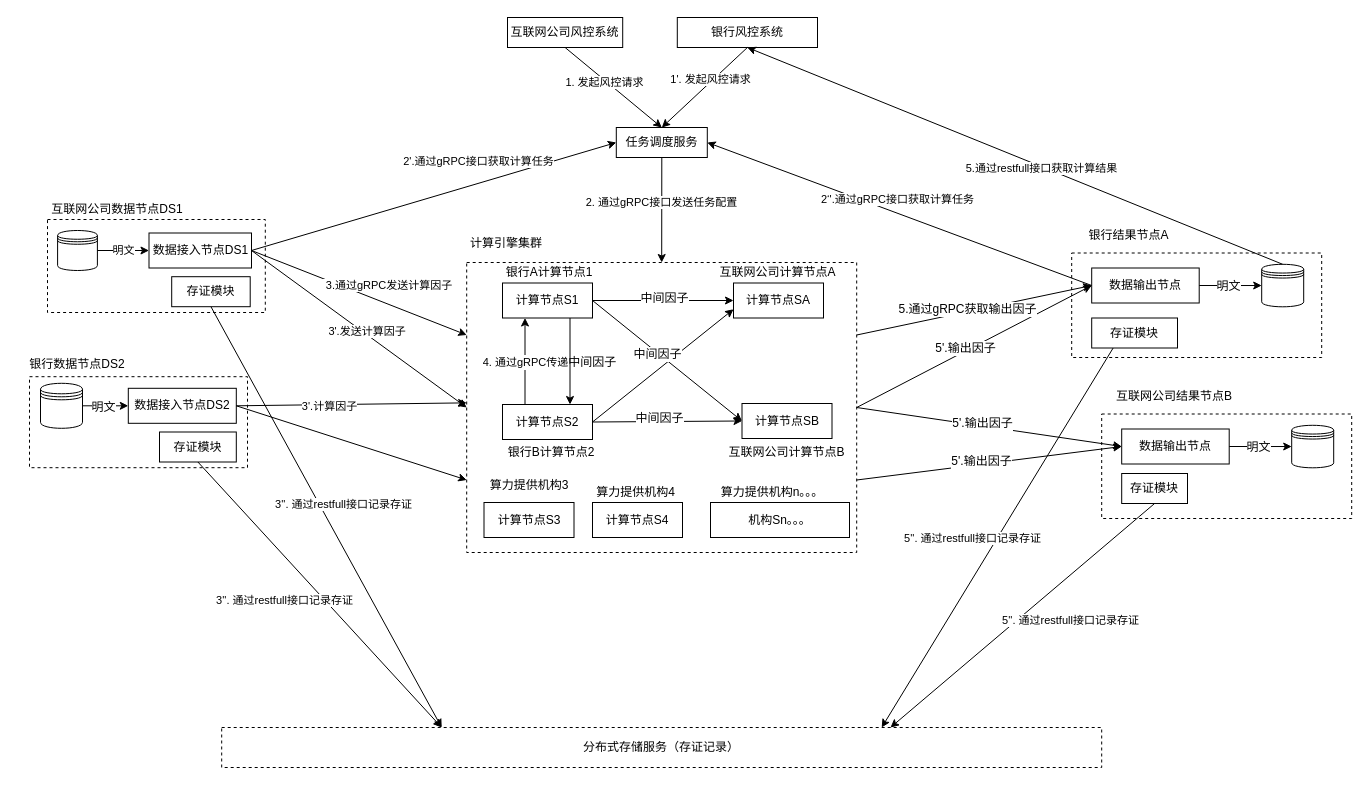
The draw.io diagram lianhefengkong.drawio in yankaili2006/drawing_io, before the edit. Source tidied: cells renumbered, new cells numbered last; positions are measured from the earlier drawing's top-left corner, leaving out a move shared by most shapes. Both pictures are drawn from the tidied source at 100%, with x=0, y=0 at pixel (17, 17).
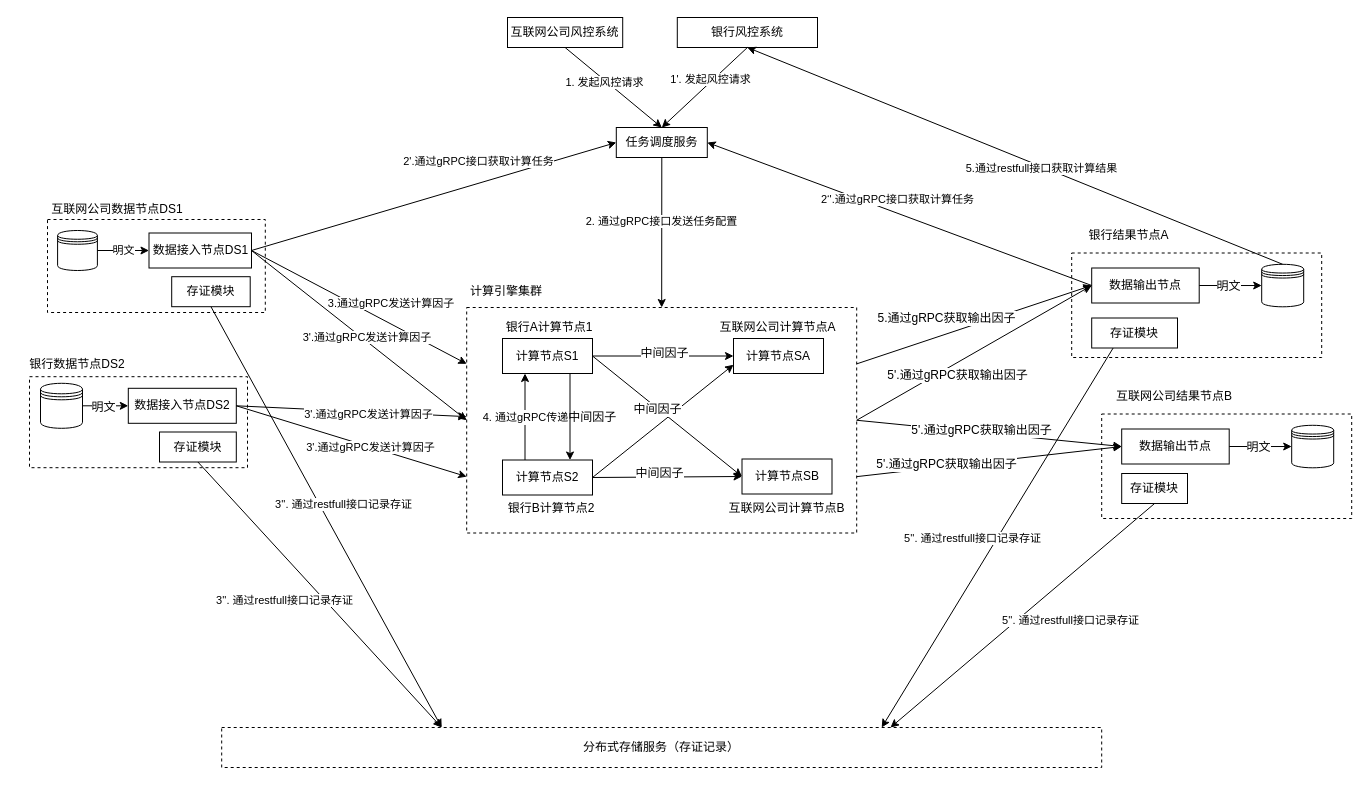
The same page after the edit.

Unchanged cells that the change refers to:
```xml
<mxCell id="14" style="endArrow=classic;html=1;entryX=0;entryY=0.5;entryDx=0;entryDy=0;exitX=1;exitY=0.5;exitDx=0;exitDy=0;" parent="1" edge="1" source="6" target="43">
  <mxGeometry relative="1" as="geometry" />
</mxCell>
<mxCell id="53" style="endArrow=classic;html=1;entryX=0;entryY=0.5;entryDx=0;entryDy=0;exitX=1;exitY=0.25;exitDx=0;exitDy=0;" parent="1" edge="1" source="6" target="43">
  <mxGeometry relative="1" as="geometry" />
</mxCell>
<mxCell id="70" style="endArrow=classic;html=1;entryX=0;entryY=0.5;entryDx=0;entryDy=0;exitX=1;exitY=0.5;exitDx=0;exitDy=0;" parent="1" edge="1" source="6" target="64">
  <mxGeometry relative="1" as="geometry" />
</mxCell>
<mxCell id="72" style="endArrow=classic;html=1;entryX=0;entryY=0.5;entryDx=0;entryDy=0;exitX=1;exitY=0.75;exitDx=0;exitDy=0;" parent="1" edge="1" source="6" target="64">
  <mxGeometry relative="1" as="geometry" />
</mxCell>
<mxCell id="76" style="endArrow=classic;html=1;exitX=1;exitY=0.5;exitDx=0;exitDy=0;entryX=0;entryY=0.5;entryDx=0;entryDy=0;" parent="1" edge="1" source="38" target="6">
  <mxGeometry relative="1" as="geometry" />
</mxCell>
<mxCell id="78" style="endArrow=classic;html=1;exitX=1;exitY=0.5;exitDx=0;exitDy=0;entryX=0;entryY=0.484;entryDx=0;entryDy=0;entryPerimeter=0;" parent="1" edge="1" source="8" target="6">
  <mxGeometry relative="1" as="geometry" />
</mxCell>
<mxCell id="80" style="endArrow=classic;html=1;exitX=1;exitY=0.5;exitDx=0;exitDy=0;entryX=0;entryY=0.75;entryDx=0;entryDy=0;" parent="1" edge="1" source="8" target="6">
  <mxGeometry relative="1" as="geometry" />
</mxCell>
```

Diff of the diagram source:
```diff
@@
     <mxCell id="6" style="rounded=0;whiteSpace=wrap;html=1;fillColor=none;labelPosition=center;verticalLabelPosition=middle;align=center;verticalAlign=middle;dashed=1;" parent="1" vertex="1">
-      <mxGeometry x="449.2" y="245" width="390" height="290" as="geometry" />
+      <mxGeometry x="449.2" y="290" width="390" height="225.5" as="geometry" />
     </mxCell>
@@
-    <mxCell id="15" value="5'.输出因子" style="text;html=1;align=center;verticalAlign=middle;labelBackgroundColor=#ffffff;" parent="14" vertex="1">
-      <mxGeometry x="-0.06" y="3" relative="1" as="geometry" />
+    <mxCell id="15" value="5'.通过gRPC获取输出因子" style="text;html=1;align=center;verticalAlign=middle;labelBackgroundColor=#ffffff;" parent="14" vertex="1">
+      <mxGeometry x="-0.06" y="3" relative="1" as="geometry">
+        <mxPoint x="-8.8" y="20.8" as="offset" />
+      </mxGeometry>
     </mxCell>
@@
     <mxCell id="17" value="计算节点S1" style="rounded=0;whiteSpace=wrap;html=1;fillColor=none;" parent="1" vertex="1">
-      <mxGeometry x="485" y="265.5" width="90" height="35" as="geometry" />
+      <mxGeometry x="485" y="321" width="90" height="35" as="geometry" />
     </mxCell>
@@
     <mxCell id="20" value="计算节点S2" style="rounded=0;whiteSpace=wrap;html=1;fillColor=none;" parent="1" vertex="1">
-      <mxGeometry x="485" y="387" width="90" height="35" as="geometry" />
+      <mxGeometry x="485" y="442.5" width="90" height="35" as="geometry" />
     </mxCell>
     <mxCell id="21" value="计算节点SB" style="rounded=0;whiteSpace=wrap;html=1;fillColor=none;" parent="1" vertex="1">
-      <mxGeometry x="724.5" y="386" width="90" height="35" as="geometry" />
+      <mxGeometry x="724.5" y="441.5" width="90" height="35" as="geometry" />
     </mxCell>
     <mxCell id="22" value="计算节点SA" style="rounded=0;whiteSpace=wrap;html=1;fillColor=none;" parent="1" vertex="1">
-      <mxGeometry x="716" y="265.5" width="90" height="35" as="geometry" />
+      <mxGeometry x="716" y="321" width="90" height="35" as="geometry" />
     </mxCell>
@@
     <mxCell id="31" value="互联网公司计算节点B" style="text;html=1;strokeColor=none;fillColor=none;align=center;verticalAlign=middle;whiteSpace=wrap;rounded=0;" parent="1" vertex="1">
-      <mxGeometry x="707.1" y="425" width="124.8" height="20" as="geometry" />
+      <mxGeometry x="707.1" y="480.5" width="124.8" height="20" as="geometry" />
     </mxCell>
     <mxCell id="32" value="互联网公司计算节点A" style="text;html=1;strokeColor=none;fillColor=none;align=center;verticalAlign=middle;whiteSpace=wrap;rounded=0;" parent="1" vertex="1">
-      <mxGeometry x="694.4" y="244.5" width="133.2" height="20" as="geometry" />
+      <mxGeometry x="694.4" y="300" width="133.2" height="20" as="geometry" />
     </mxCell>
     <mxCell id="33" value="银行A计算节点1" style="text;html=1;strokeColor=none;fillColor=none;align=center;verticalAlign=middle;whiteSpace=wrap;rounded=0;" parent="1" vertex="1">
-      <mxGeometry x="485" y="244.5" width="94.2" height="20" as="geometry" />
+      <mxGeometry x="485" y="300" width="94.2" height="20" as="geometry" />
     </mxCell>
     <mxCell id="34" value="银行B计算节点2" style="text;html=1;strokeColor=none;fillColor=none;align=center;verticalAlign=middle;whiteSpace=wrap;rounded=0;" parent="1" vertex="1">
-      <mxGeometry x="489.2" y="425" width="90" height="20" as="geometry" />
+      <mxGeometry x="489.2" y="480.5" width="90" height="20" as="geometry" />
     </mxCell>
@@
     <mxCell id="52" value="计算引擎集群" style="text;html=1;strokeColor=none;fillColor=none;align=center;verticalAlign=middle;whiteSpace=wrap;rounded=0;" parent="1" vertex="1">
-      <mxGeometry x="449.2" y="215.5" width="79.5" height="20" as="geometry" />
+      <mxGeometry x="449.2" y="264.2" width="79.5" height="20" as="geometry" />
     </mxCell>
@@
     <mxCell id="54" value="5.通过gRPC获取输出因子" style="text;html=1;align=center;verticalAlign=middle;labelBackgroundColor=#ffffff;" parent="53" vertex="1">
-      <mxGeometry x="-0.06" y="3" relative="1" as="geometry" />
+      <mxGeometry x="-0.06" y="3" relative="1" as="geometry">
+        <mxPoint x="-19.3" y="-6" as="offset" />
+      </mxGeometry>
     </mxCell>
-    <mxCell id="55" value="计算节点S3" style="rounded=0;whiteSpace=wrap;html=1;fillColor=none;" parent="1" vertex="1">
-      <mxGeometry x="466.5" y="485" width="90" height="35" as="geometry" />
-    </mxCell>
-    <mxCell id="56" value="计算节点S4" style="rounded=0;whiteSpace=wrap;html=1;fillColor=none;" parent="1" vertex="1">
-      <mxGeometry x="575" y="485" width="90" height="35" as="geometry" />
-    </mxCell>
-    <mxCell id="57" value="机构Sn。。。" style="rounded=0;whiteSpace=wrap;html=1;fillColor=none;" parent="1" vertex="1">
-      <mxGeometry x="693" y="485" width="139" height="35" as="geometry" />
-    </mxCell>
-    <mxCell id="58" value="算力提供机构3" style="text;html=1;strokeColor=none;fillColor=none;align=center;verticalAlign=middle;whiteSpace=wrap;rounded=0;" parent="1" vertex="1">
-      <mxGeometry x="466.5" y="457.5" width="90.2" height="20" as="geometry" />
-    </mxCell>
-    <mxCell id="59" value="算力提供机构4" style="text;html=1;strokeColor=none;fillColor=none;align=center;verticalAlign=middle;whiteSpace=wrap;rounded=0;" parent="1" vertex="1">
-      <mxGeometry x="575" y="465" width="86.8" height="20" as="geometry" />
-    </mxCell>
-    <mxCell id="60" value="算力提供机构n。。。" style="text;html=1;strokeColor=none;fillColor=none;align=center;verticalAlign=middle;whiteSpace=wrap;rounded=0;" parent="1" vertex="1">
-      <mxGeometry x="693" y="465" width="123.8" height="20" as="geometry" />
-    </mxCell>
@@
-    <mxCell id="71" value="5'.输出因子" style="text;html=1;align=center;verticalAlign=middle;labelBackgroundColor=#ffffff;" parent="70" vertex="1">
+    <mxCell id="71" value="5'.通过gRPC获取输出因子" style="text;html=1;align=center;verticalAlign=middle;labelBackgroundColor=#ffffff;" parent="70" vertex="1">
       <mxGeometry x="-0.06" y="3" relative="1" as="geometry" />
     </mxCell>
@@
-    <mxCell id="73" value="5'.输出因子" style="text;html=1;align=center;verticalAlign=middle;labelBackgroundColor=#ffffff;" parent="72" vertex="1">
-      <mxGeometry x="-0.06" y="3" relative="1" as="geometry" />
+    <mxCell id="73" value="5'.通过gRPC获取输出因子" style="text;html=1;align=center;verticalAlign=middle;labelBackgroundColor=#ffffff;" parent="72" vertex="1">
+      <mxGeometry x="-0.06" y="3" relative="1" as="geometry">
+        <mxPoint x="-34.1" y="4.6" as="offset" />
+      </mxGeometry>
     </mxCell>
@@
-    <mxCell id="77" value="&lt;span&gt;&amp;nbsp;3'.发送计算因子&lt;/span&gt;" style="edgeLabel;html=1;align=center;verticalAlign=middle;" parent="76" vertex="1">
+    <mxCell id="77" value="&lt;span&gt;&amp;nbsp;3'.&lt;/span&gt;通过gRPC发送计算因子" style="edgeLabel;html=1;align=center;verticalAlign=middle;" parent="76" vertex="1">
       <mxGeometry x="0.04" y="2" relative="1" as="geometry" />
     </mxCell>
@@
-    <mxCell id="79" value="3'.计算因子" style="edgeLabel;html=1;align=center;verticalAlign=middle;" parent="78" vertex="1">
-      <mxGeometry x="-0.19" y="-1" relative="1" as="geometry" />
+    <mxCell id="79" value="3'.通过gRPC发送计算因子" style="edgeLabel;html=1;align=center;verticalAlign=middle;" parent="78" vertex="1">
+      <mxGeometry x="-0.19" y="-1" relative="1" as="geometry">
+        <mxPoint x="38.4" y="2.9" as="offset" />
+      </mxGeometry>
     </mxCell>
@@
+    <mxCell id="94" value="3'.通过gRPC发送计算因子" style="edgeLabel;html=1;align=center;verticalAlign=middle;" parent="80" vertex="1">
+      <mxGeometry x="0.17" relative="1" as="geometry">
+        <mxPoint x="-1" as="offset" />
+      </mxGeometry>
+    </mxCell>
```
